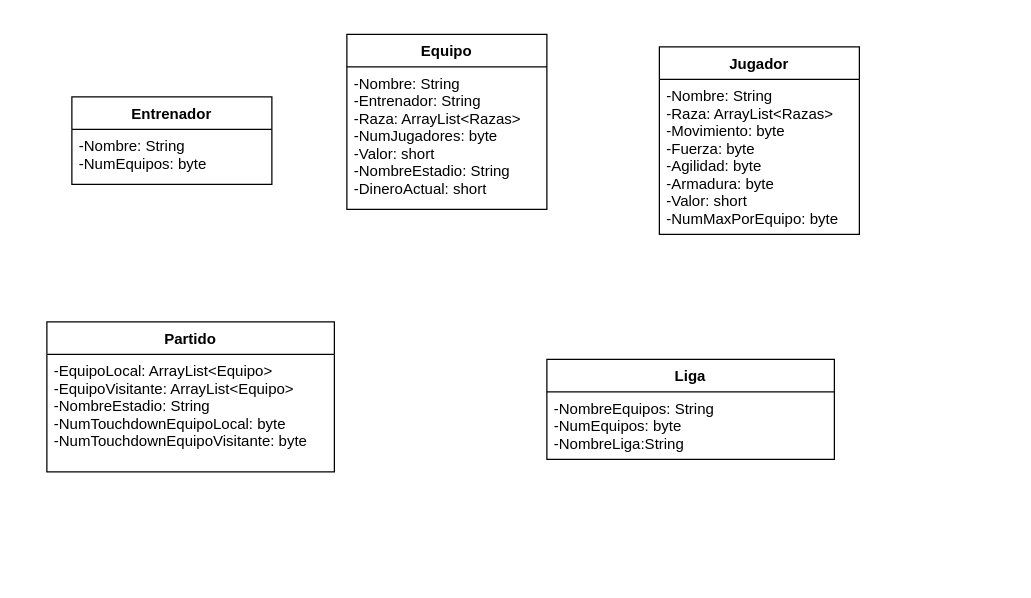
Earlier version of the draw.io diagram Diagrama Trabajo Final.drawio (FernandoClaudioMorenoSedano/ProyectoProgramacion). Source tidied: cells renumbered, new cells numbered last; positions are measured from the earlier drawing's top-left corner, leaving out a move shared by most shapes. Both pictures are drawn from the tidied source at 125%, with x=0, y=0 at pixel (46, 34).
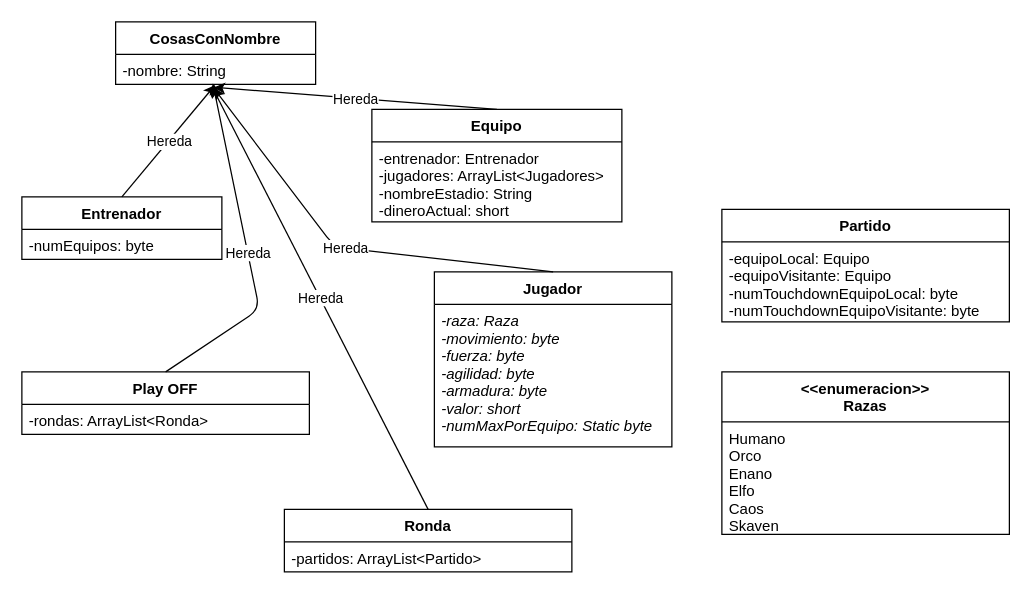
Above is the later version.

The edit, as a diff of the source:
```diff
@@
     <mxCell id="2" value="Equipo" style="swimlane;fontStyle=1;align=center;verticalAlign=top;horizontal=1;startSize=26;rounded=0;shadow=0;strokeWidth=1;" parent="1" vertex="1">
-      <mxGeometry x="240" width="160" height="140" as="geometry" />
+      <mxGeometry x="260" y="60" width="200" height="90" as="geometry" />
     </mxCell>
-    <mxCell id="3" value="-Nombre: String&#10;-Entrenador: String&#10;-Raza: ArrayList&lt;Razas&gt;&#10;-NumJugadores: byte&#10;-Valor: short&#10;-NombreEstadio: String&#10;-DineroActual: short" style="text;align=left;verticalAlign=top;spacingLeft=4;spacingRight=4;overflow=hidden;" parent="2" vertex="1">
-      <mxGeometry y="26" width="160" height="114" as="geometry" />
+    <mxCell id="3" value="-entrenador: Entrenador&#10;-jugadores: ArrayList&lt;Jugadores&gt;&#10;-nombreEstadio: String&#10;-dineroActual: short" style="text;align=left;verticalAlign=top;spacingLeft=4;spacingRight=4;overflow=hidden;" parent="2" vertex="1">
+      <mxGeometry y="26" width="200" height="64" as="geometry" />
     </mxCell>
     <mxCell id="4" value="Jugador" style="swimlane;fontStyle=1;align=center;verticalAlign=top;horizontal=1;startSize=26;rounded=0;shadow=0;strokeWidth=1;" parent="1" vertex="1">
-      <mxGeometry x="490" y="10" width="160" height="150" as="geometry" />
+      <mxGeometry x="310" y="190" width="190" height="140" as="geometry" />
     </mxCell>
-    <mxCell id="5" value="-Nombre: String&#10;-Raza: ArrayList&lt;Razas&gt;&#10;-Movimiento: byte&#10;-Fuerza: byte&#10;-Agilidad: byte&#10;-Armadura: byte&#10;-Valor: short&#10;-NumMaxPorEquipo: byte" style="text;align=left;verticalAlign=top;spacingLeft=4;spacingRight=4;overflow=hidden;" parent="4" vertex="1">
-      <mxGeometry y="26" width="160" height="124" as="geometry" />
+    <mxCell id="5" value="-raza: Raza&#10;-movimiento: byte&#10;-fuerza: byte&#10;-agilidad: byte&#10;-armadura: byte&#10;-valor: short&#10;-numMaxPorEquipo: Static byte" style="text;align=left;verticalAlign=top;spacingLeft=4;spacingRight=4;overflow=hidden;fontStyle=2;" parent="4" vertex="1">
+      <mxGeometry y="26" width="190" height="114" as="geometry" />
     </mxCell>
     <mxCell id="6" value="Entrenador" style="swimlane;fontStyle=1;align=center;verticalAlign=top;horizontal=1;startSize=26;rounded=0;shadow=0;strokeWidth=1;" parent="1" vertex="1">
-      <mxGeometry x="20" y="50" width="160" height="70" as="geometry" />
+      <mxGeometry x="-20" y="130" width="160" height="50" as="geometry" />
     </mxCell>
-    <mxCell id="7" value="-Nombre: String&#10;-NumEquipos: byte" style="text;align=left;verticalAlign=top;spacingLeft=4;spacingRight=4;overflow=hidden;" parent="6" vertex="1">
-      <mxGeometry y="26" width="160" height="44" as="geometry" />
+    <mxCell id="7" value="-numEquipos: byte" style="text;align=left;verticalAlign=top;spacingLeft=4;spacingRight=4;overflow=hidden;" parent="6" vertex="1">
+      <mxGeometry y="26" width="160" height="24" as="geometry" />
     </mxCell>
     <mxCell id="8" value="Partido" style="swimlane;fontStyle=1;align=center;verticalAlign=top;horizontal=1;startSize=26;rounded=0;shadow=0;strokeWidth=1;" parent="1" vertex="1">
-      <mxGeometry y="230" width="230" height="120" as="geometry" />
+      <mxGeometry x="540" y="140" width="230" height="90" as="geometry" />
     </mxCell>
-    <mxCell id="9" value="-EquipoLocal: ArrayList&lt;Equipo&gt;&#10;-EquipoVisitante: ArrayList&lt;Equipo&gt;&#10;-NombreEstadio: String&#10;-NumTouchdownEquipoLocal: byte&#10;-NumTouchdownEquipoVisitante: byte&#10;&#10;&#10;" style="text;align=left;verticalAlign=top;spacingLeft=4;spacingRight=4;overflow=hidden;" parent="8" vertex="1">
-      <mxGeometry y="26" width="230" height="94" as="geometry" />
+    <mxCell id="9" value="-equipoLocal: Equipo&#10;-equipoVisitante: Equipo&#10;-numTouchdownEquipoLocal: byte&#10;-numTouchdownEquipoVisitante: byte&#10;&#10;&#10;" style="text;align=left;verticalAlign=top;spacingLeft=4;spacingRight=4;overflow=hidden;" parent="8" vertex="1">
+      <mxGeometry y="26" width="230" height="64" as="geometry" />
     </mxCell>
-    <mxCell id="10" value="Liga" style="swimlane;fontStyle=1;align=center;verticalAlign=top;horizontal=1;startSize=26;rounded=0;shadow=0;strokeWidth=1;" parent="1" vertex="1">
-      <mxGeometry x="400" y="260" width="230" height="80" as="geometry" />
+    <mxCell id="10" value="Play OFF" style="swimlane;fontStyle=1;align=center;verticalAlign=top;horizontal=1;startSize=26;rounded=0;shadow=0;strokeWidth=1;" parent="1" vertex="1">
+      <mxGeometry x="-20" y="270" width="230" height="50" as="geometry" />
     </mxCell>
-    <mxCell id="11" value="-NombreEquipos: String&#10;-NumEquipos: byte&#10;-NombreLiga:String &#10;&#10;" style="text;align=left;verticalAlign=top;spacingLeft=4;spacingRight=4;overflow=hidden;" parent="10" vertex="1">
-      <mxGeometry y="26" width="230" height="54" as="geometry" />
+    <mxCell id="11" value="-rondas: ArrayList&lt;Ronda&gt; &#10;&#10;" style="text;align=left;verticalAlign=top;spacingLeft=4;spacingRight=4;overflow=hidden;" parent="10" vertex="1">
+      <mxGeometry y="26" width="230" height="24" as="geometry" />
     </mxCell>
+    <mxCell id="12" value="Ronda" style="swimlane;fontStyle=1;align=center;verticalAlign=top;horizontal=1;startSize=26;rounded=0;shadow=0;strokeWidth=1;" parent="1" vertex="1">
+      <mxGeometry x="190" y="380" width="230" height="50" as="geometry" />
+    </mxCell>
+    <mxCell id="13" value="-partidos: ArrayList&lt;Partido&gt; &#10;" style="text;align=left;verticalAlign=top;spacingLeft=4;spacingRight=4;overflow=hidden;" parent="12" vertex="1">
+      <mxGeometry y="26" width="230" height="24" as="geometry" />
+    </mxCell>
+    <mxCell id="14" value="&lt;&lt;enumeracion&gt;&gt;&#10;Razas" style="swimlane;fontStyle=1;align=center;verticalAlign=top;horizontal=1;startSize=40;rounded=0;shadow=0;strokeWidth=1;" parent="1" vertex="1">
+      <mxGeometry x="540" y="270" width="230" height="130" as="geometry" />
+    </mxCell>
+    <mxCell id="15" value="Humano&#10;Orco&#10;Enano&#10;Elfo&#10;Caos&#10;Skaven&#10;" style="text;align=left;verticalAlign=top;spacingLeft=4;spacingRight=4;overflow=hidden;" parent="14" vertex="1">
+      <mxGeometry y="40" width="230" height="90" as="geometry" />
+    </mxCell>
+    <mxCell id="16" value="CosasConNombre" style="swimlane;fontStyle=1;align=center;verticalAlign=top;horizontal=1;startSize=26;rounded=0;shadow=0;strokeWidth=1;" parent="1" vertex="1">
+      <mxGeometry x="55" y="-10" width="160" height="50" as="geometry" />
+    </mxCell>
+    <mxCell id="17" value="-nombre: String" style="text;align=left;verticalAlign=top;spacingLeft=4;spacingRight=4;overflow=hidden;points=[[0,0.5],[1,0.5]];portConstraint=eastwest;" parent="16" vertex="1">
+      <mxGeometry y="26" width="160" height="24" as="geometry" />
+    </mxCell>
+    <mxCell id="18" style="endArrow=classic;html=1;exitX=0.5;exitY=0;exitDx=0;exitDy=0;entryX=0.496;entryY=1.033;entryDx=0;entryDy=0;entryPerimeter=0;" parent="1" edge="1" source="6" target="17">
+      <mxGeometry relative="1" as="geometry" />
+    </mxCell>
+    <mxCell id="19" value="Hereda" style="edgeLabel;html=1;align=center;verticalAlign=middle;" parent="18" vertex="1">
+      <mxGeometry relative="1" as="geometry" />
+    </mxCell>
+    <mxCell id="20" style="endArrow=classic;html=1;exitX=0.5;exitY=0;exitDx=0;exitDy=0;entryX=0.491;entryY=1.1;entryDx=0;entryDy=0;entryPerimeter=0;" parent="1" edge="1" source="2" target="17">
+      <mxGeometry relative="1" as="geometry" />
+    </mxCell>
+    <mxCell id="21" value="Hereda" style="edgeLabel;html=1;align=center;verticalAlign=middle;" parent="20" vertex="1">
+      <mxGeometry relative="1" as="geometry" />
+    </mxCell>
+    <mxCell id="22" style="endArrow=classic;html=1;exitX=0.5;exitY=0;exitDx=0;exitDy=0;entryX=0.486;entryY=0.967;entryDx=0;entryDy=0;entryPerimeter=0;" parent="1" edge="1" source="10" target="17">
+      <mxGeometry relative="1" as="geometry">
+        <Array as="points">
+          <mxPoint x="170" y="220" />
+        </Array>
+      </mxGeometry>
+    </mxCell>
+    <mxCell id="23" value="Hereda" style="edgeLabel;html=1;align=center;verticalAlign=middle;" parent="22" vertex="1">
+      <mxGeometry relative="1" as="geometry" />
+    </mxCell>
+    <mxCell id="24" style="endArrow=classic;html=1;exitX=0.5;exitY=0;exitDx=0;exitDy=0;entryX=0.491;entryY=1.133;entryDx=0;entryDy=0;entryPerimeter=0;" parent="1" edge="1" source="4" target="17">
+      <mxGeometry relative="1" as="geometry">
+        <Array as="points">
+          <mxPoint x="230" y="170" />
+        </Array>
+      </mxGeometry>
+    </mxCell>
+    <mxCell id="25" value="Hereda" style="edgeLabel;html=1;align=center;verticalAlign=middle;" parent="24" vertex="1">
+      <mxGeometry relative="1" as="geometry">
+        <mxPoint y="-0.9" as="offset" />
+      </mxGeometry>
+    </mxCell>
+    <mxCell id="26" style="endArrow=classic;html=1;exitX=0.5;exitY=0;exitDx=0;exitDy=0;entryX=0.481;entryY=1.067;entryDx=0;entryDy=0;entryPerimeter=0;" parent="1" edge="1" source="12" target="17">
+      <mxGeometry relative="1" as="geometry" />
+    </mxCell>
+    <mxCell id="27" value="Hereda" style="edgeLabel;html=1;align=center;verticalAlign=middle;" parent="26" vertex="1">
+      <mxGeometry relative="1" as="geometry" />
+    </mxCell>
```
